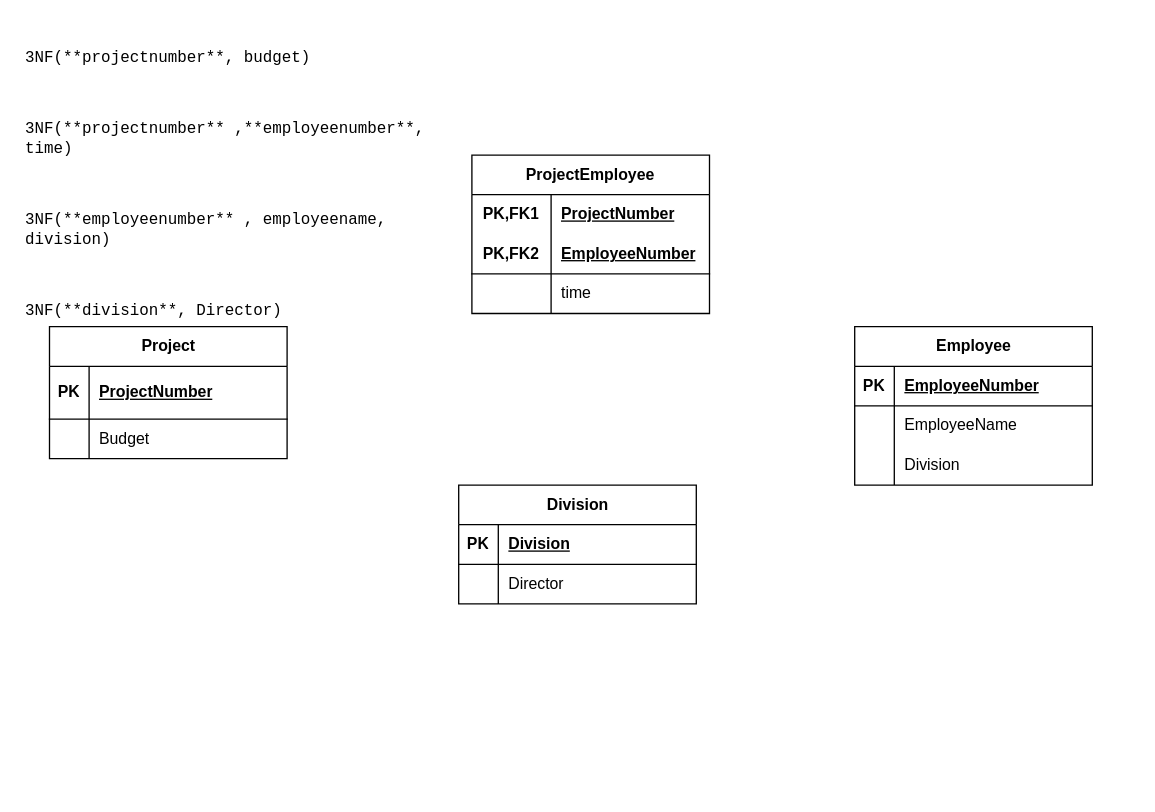
Earlier version of the draw.io diagram Diagram zonder titel.drawio (Lukas-Bohez/Lukas-Bohez). Source tidied: cells renumbered, new cells numbered last; positions are measured from the earlier drawing's top-left corner, leaving out a move shared by most shapes. Both pictures are drawn from the tidied source at 132%, with x=0, y=0 at pixel (22, 22).
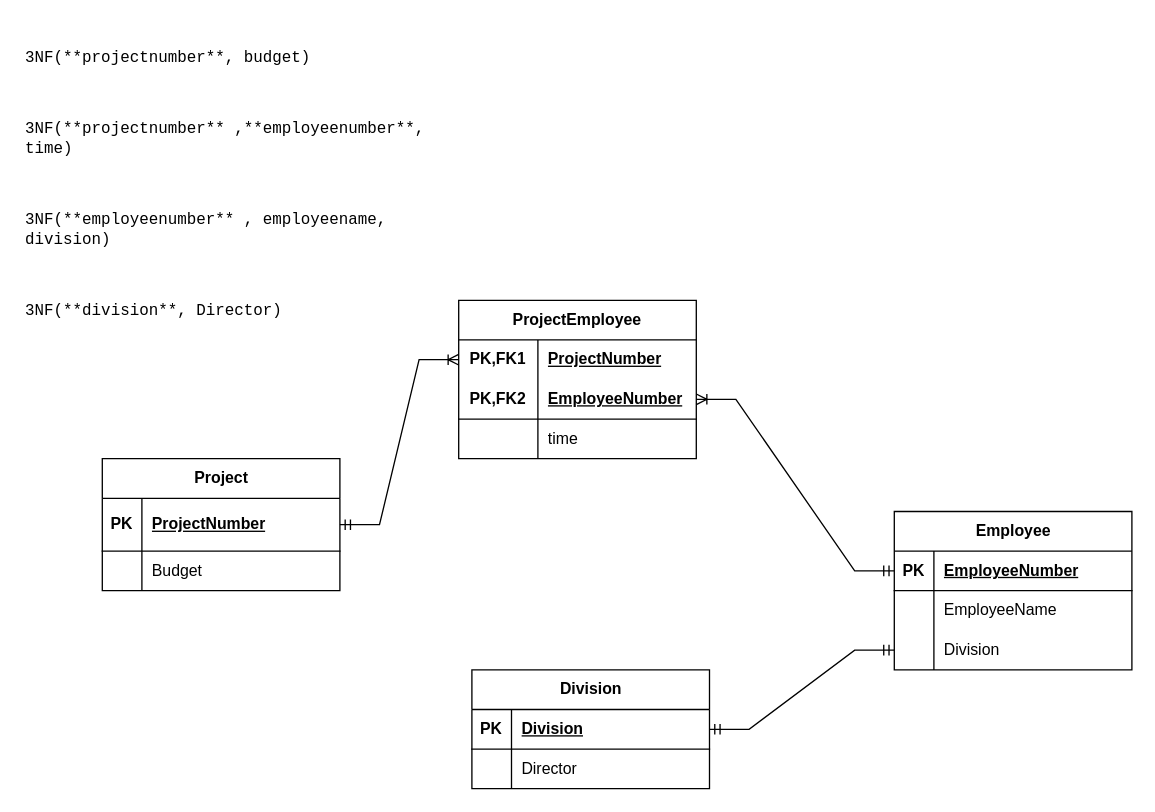
The same diagram, later.

Commit message:
afgewerkt project table

The change refers to these unchanged cells:
```xml
<mxCell id="11" style="shape=tableRow;horizontal=0;startSize=0;swimlaneHead=0;swimlaneBody=0;fillColor=none;points=[[0,0.5],[1,0.5]];portConstraint=eastwest;top=0;left=0;right=0;bottom=0;html=1;" parent="10" vertex="1">
  <mxGeometry y="30" width="180" height="30" as="geometry" />
</mxCell>
<mxCell id="14" style="shape=tableRow;horizontal=0;startSize=0;swimlaneHead=0;swimlaneBody=0;fillColor=none;points=[[0,0.5],[1,0.5]];portConstraint=eastwest;top=0;left=0;right=0;bottom=1;html=1;" parent="10" vertex="1">
  <mxGeometry y="60" width="180" height="30" as="geometry" />
</mxCell>
<mxCell id="21" style="shape=tableRow;horizontal=0;startSize=0;swimlaneHead=0;swimlaneBody=0;fillColor=none;points=[[0,0.5],[1,0.5]];portConstraint=eastwest;top=0;left=0;right=0;bottom=1;" parent="20" vertex="1">
  <mxGeometry y="30" width="180" height="30" as="geometry" />
</mxCell>
<mxCell id="27" style="shape=tableRow;horizontal=0;startSize=0;swimlaneHead=0;swimlaneBody=0;fillColor=none;points=[[0,0.5],[1,0.5]];portConstraint=eastwest;top=0;left=0;right=0;bottom=0;" parent="20" vertex="1">
  <mxGeometry y="90" width="180" height="30" as="geometry" />
</mxCell>
<mxCell id="31" style="shape=tableRow;horizontal=0;startSize=0;swimlaneHead=0;swimlaneBody=0;fillColor=none;points=[[0,0.5],[1,0.5]];portConstraint=eastwest;top=0;left=0;right=0;bottom=1;" parent="30" vertex="1">
  <mxGeometry y="30" width="180" height="30" as="geometry" />
</mxCell>
```

The edit, as a diff of the source:
```diff
@@
     <mxCell id="2" value="Project" style="shape=table;startSize=30;childLayout=tableLayout;rowLines=0;fontStyle=1;align=center;html=1;" parent="1" vertex="1">
-      <mxGeometry x="20" y="230" width="180" height="100" as="geometry" />
+      <mxGeometry x="60" y="330" width="180" height="100" as="geometry" />
     </mxCell>
@@
     <mxCell id="10" value="ProjectEmployee" style="shape=table;startSize=30;childLayout=tableLayout;rowLines=0;fontStyle=1;align=center;html=1;whiteSpace=wrap;" parent="1" vertex="1">
-      <mxGeometry x="340" y="100" width="180" height="120" as="geometry" />
+      <mxGeometry x="330" y="210" width="180" height="120" as="geometry" />
     </mxCell>
@@
     <mxCell id="20" value="Employee" style="shape=table;startSize=30;childLayout=tableLayout;rowLines=0;fontStyle=1;align=center;html=1;" parent="1" vertex="1">
-      <mxGeometry x="630" y="230" width="180" height="120" as="geometry" />
+      <mxGeometry x="660" y="370" width="180" height="120" as="geometry" />
     </mxCell>
@@
     <mxCell id="30" value="Division" style="shape=table;startSize=30;childLayout=tableLayout;rowLines=0;fontStyle=1;align=center;html=1;" parent="1" vertex="1">
-      <mxGeometry x="330" y="350" width="180" height="90" as="geometry" />
+      <mxGeometry x="340" y="490" width="180" height="90" as="geometry" />
     </mxCell>
@@
+    <mxCell id="37" style="edgeStyle=entityRelationEdgeStyle;fontSize=12;html=1;endArrow=ERoneToMany;startArrow=ERmandOne;rounded=0;exitX=1;exitY=0.5;exitDx=0;exitDy=0;entryX=0;entryY=0.5;entryDx=0;entryDy=0;" parent="1" edge="1" source="2" target="11">
+      <mxGeometry relative="1" as="geometry" />
+    </mxCell>
+    <mxCell id="38" style="edgeStyle=entityRelationEdgeStyle;fontSize=12;html=1;endArrow=ERoneToMany;startArrow=ERmandOne;rounded=0;entryX=1;entryY=0.5;entryDx=0;entryDy=0;exitX=0;exitY=0.5;exitDx=0;exitDy=0;" parent="1" edge="1" source="21" target="14">
+      <mxGeometry relative="1" as="geometry" />
+    </mxCell>
+    <mxCell id="39" style="edgeStyle=entityRelationEdgeStyle;fontSize=12;html=1;endArrow=ERmandOne;startArrow=ERmandOne;rounded=0;" parent="1" edge="1" source="31" target="27">
+      <mxGeometry relative="1" as="geometry" />
+    </mxCell>
```
